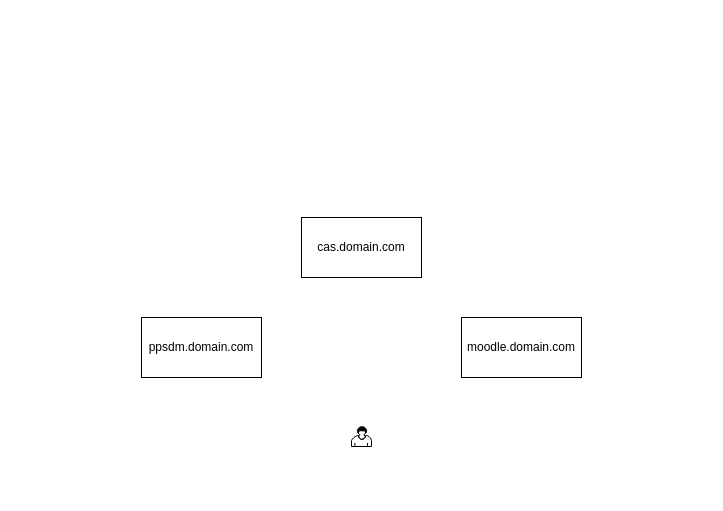
Before: Untitled Diagram.drawio in nmfzone/Learning, a draw.io diagram. Source tidied: cells renumbered, new cells numbered last; positions are measured from the earlier drawing's top-left corner, leaving out a move shared by most shapes. Both pictures are drawn from the tidied source at 100%, with x=0, y=0 at pixel (141, 217).
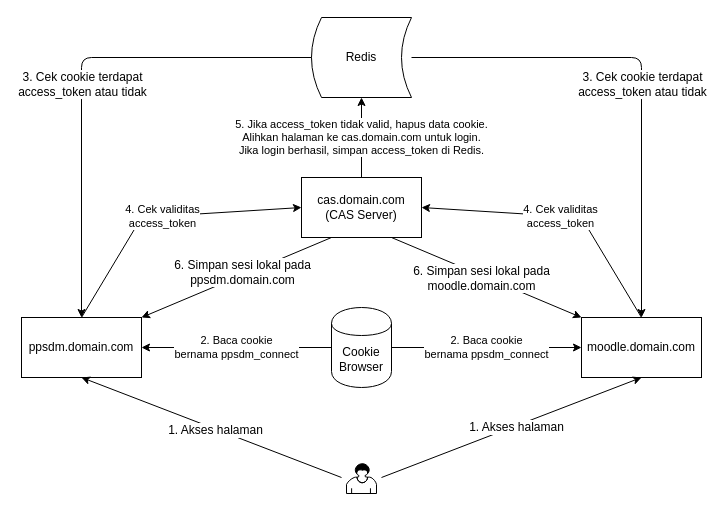
The same page after the edit.

What changed in the source:
```diff
@@
     <mxCell id="2" style="shape=mxgraph.bpmn.user_task;html=1;" parent="1" vertex="1">
-      <mxGeometry x="210" y="209" width="20" height="20" as="geometry" />
+      <mxGeometry x="205" y="246" width="30" height="30" as="geometry" />
     </mxCell>
     <mxCell id="3" value="ppsdm.domain.com" style="rounded=0;whiteSpace=wrap;html=1;" parent="1" vertex="1">
-      <mxGeometry y="100" width="120" height="60" as="geometry" />
+      <mxGeometry x="-120" y="100" width="120" height="60" as="geometry" />
     </mxCell>
     <mxCell id="4" value="moodle.domain.com" style="rounded=0;whiteSpace=wrap;html=1;" parent="1" vertex="1">
-      <mxGeometry x="320" y="100" width="120" height="60" as="geometry" />
+      <mxGeometry x="440" y="100" width="120" height="60" as="geometry" />
     </mxCell>
-    <mxCell id="5" value="cas.domain.com" style="rounded=0;whiteSpace=wrap;html=1;" parent="1" vertex="1">
-      <mxGeometry x="160" width="120" height="60" as="geometry" />
+    <mxCell id="5" value="cas.domain.com&lt;br&gt;(CAS Server)" style="rounded=0;whiteSpace=wrap;html=1;" parent="1" vertex="1">
+      <mxGeometry x="160" y="-40" width="120" height="60" as="geometry" />
     </mxCell>
+    <mxCell id="6" value="Cookie Browser" style="shape=cylinder;whiteSpace=wrap;html=1;boundedLbl=1;backgroundOutline=1;" parent="1" vertex="1">
+      <mxGeometry x="190" y="90" width="60" height="80" as="geometry" />
+    </mxCell>
+    <mxCell id="7" style="endArrow=classic;html=1;entryX=0.5;entryY=1;entryDx=0;entryDy=0;endFill=1;" parent="1" edge="1" target="3">
+      <mxGeometry relative="1" as="geometry">
+        <mxPoint x="200" y="260" as="sourcePoint" />
+      </mxGeometry>
+    </mxCell>
+    <mxCell id="8" value="1. Akses halaman" style="text;html=1;align=center;verticalAlign=middle;labelBackgroundColor=#ffffff;" parent="7" vertex="1">
+      <mxGeometry x="-0.03" y="1" relative="1" as="geometry" />
+    </mxCell>
+    <mxCell id="9" style="endArrow=none;html=1;exitX=0.5;exitY=1;exitDx=0;exitDy=0;verticalAlign=bottom;startArrow=classic;startFill=1;" parent="1" edge="1" source="4">
+      <mxGeometry relative="1" as="geometry">
+        <mxPoint x="240" y="260" as="targetPoint" />
+      </mxGeometry>
+    </mxCell>
+    <mxCell id="10" value="1. Akses halaman" style="text;html=1;align=center;verticalAlign=middle;labelBackgroundColor=#ffffff;" parent="9" vertex="1">
+      <mxGeometry x="-0.03" y="1" relative="1" as="geometry" />
+    </mxCell>
+    <mxCell id="11" value="Redis" style="shape=dataStorage;whiteSpace=wrap;html=1;" parent="1" vertex="1">
+      <mxGeometry x="170" y="-200" width="100" height="80" as="geometry" />
+    </mxCell>
+    <mxCell id="12" value="2. Baca cookie&lt;br&gt;bernama ppsdm_connect" style="endArrow=classic;html=1;exitX=0;exitY=0.5;exitDx=0;exitDy=0;entryX=1;entryY=0.5;entryDx=0;entryDy=0;labelPosition=center;verticalLabelPosition=middle;align=center;verticalAlign=middle;" parent="1" edge="1" source="6" target="3">
+      <mxGeometry relative="1" as="geometry" />
+    </mxCell>
+    <mxCell id="13" style="endArrow=classic;html=1;exitX=0;exitY=0.5;exitDx=0;exitDy=0;entryX=0.5;entryY=0;entryDx=0;entryDy=0;" parent="1" edge="1" source="11" target="3">
+      <mxGeometry relative="1" as="geometry">
+        <Array as="points">
+          <mxPoint x="-60" y="-160" />
+        </Array>
+      </mxGeometry>
+    </mxCell>
+    <mxCell id="14" value="3. Cek cookie terdapat&lt;br&gt;access_token atau tidak" style="text;html=1;align=center;verticalAlign=middle;labelBackgroundColor=#ffffff;" parent="13" vertex="1">
+      <mxGeometry x="-0.06" y="26" relative="1" as="geometry">
+        <mxPoint x="-26" y="26" as="offset" />
+      </mxGeometry>
+    </mxCell>
+    <mxCell id="15" style="endArrow=classic;html=1;entryX=0.5;entryY=0;entryDx=0;entryDy=0;" parent="1" edge="1" target="4">
+      <mxGeometry relative="1" as="geometry">
+        <mxPoint x="270" y="-160" as="sourcePoint" />
+        <Array as="points">
+          <mxPoint x="500" y="-160" />
+        </Array>
+      </mxGeometry>
+    </mxCell>
+    <mxCell id="16" value="3. Cek cookie terdapat&lt;br&gt;access_token atau tidak" style="text;html=1;align=center;verticalAlign=middle;labelBackgroundColor=#ffffff;" parent="15" vertex="1">
+      <mxGeometry x="-0.06" y="26" relative="1" as="geometry">
+        <mxPoint x="-26" y="26" as="offset" />
+      </mxGeometry>
+    </mxCell>
+    <mxCell id="17" value="2. Baca cookie&lt;br&gt;bernama ppsdm_connect" style="endArrow=classic;html=1;exitX=1;exitY=0.5;exitDx=0;exitDy=0;entryX=0;entryY=0.5;entryDx=0;entryDy=0;labelPosition=center;verticalLabelPosition=middle;align=center;verticalAlign=middle;" parent="1" edge="1" source="6" target="4">
+      <mxGeometry relative="1" as="geometry" />
+    </mxCell>
+    <mxCell id="18" value="4. Cek validitas&lt;br&gt;access_token" style="endArrow=classic;html=1;exitX=0.5;exitY=0;exitDx=0;exitDy=0;entryX=0;entryY=0.5;entryDx=0;entryDy=0;" parent="1" edge="1" source="3" target="5">
+      <mxGeometry relative="1" as="geometry">
+        <Array as="points">
+          <mxPoint />
+        </Array>
+      </mxGeometry>
+    </mxCell>
+    <mxCell id="19" value="5. Jika access_token tidak valid, hapus data cookie.&lt;br&gt;Alihkan halaman ke cas.domain.com untuk login.&lt;br&gt;Jika login berhasil, simpan access_token di Redis." style="endArrow=classic;html=1;exitX=0.5;exitY=0;exitDx=0;exitDy=0;entryX=0.5;entryY=1;entryDx=0;entryDy=0;" parent="1" edge="1" source="5" target="11">
+      <mxGeometry relative="1" as="geometry" />
+    </mxCell>
+    <mxCell id="20" value="4. Cek validitas&lt;br&gt;access_token" style="endArrow=classic;html=1;entryX=1;entryY=0.5;entryDx=0;entryDy=0;" parent="1" edge="1" target="5">
+      <mxGeometry relative="1" as="geometry">
+        <mxPoint x="500" y="100" as="sourcePoint" />
+        <Array as="points">
+          <mxPoint x="440" />
+        </Array>
+      </mxGeometry>
+    </mxCell>
+    <mxCell id="21" style="endArrow=classic;html=1;exitX=0.25;exitY=1;exitDx=0;exitDy=0;entryX=1;entryY=0;entryDx=0;entryDy=0;" parent="1" edge="1" source="5" target="3">
+      <mxGeometry relative="1" as="geometry" />
+    </mxCell>
+    <mxCell id="22" value="6. Simpan sesi lokal pada&lt;br&gt;ppsdm.domain.com" style="text;html=1;align=center;verticalAlign=middle;labelBackgroundColor=#ffffff;" parent="21" vertex="1">
+      <mxGeometry x="-0.06" y="-3" relative="1" as="geometry">
+        <mxPoint x="1" as="offset" />
+      </mxGeometry>
+    </mxCell>
+    <mxCell id="23" style="endArrow=classic;html=1;exitX=0.75;exitY=1;exitDx=0;exitDy=0;entryX=0;entryY=0;entryDx=0;entryDy=0;" parent="1" edge="1" source="5" target="4">
+      <mxGeometry relative="1" as="geometry" />
+    </mxCell>
+    <mxCell id="24" value="6. Simpan sesi lokal pada&lt;br&gt;moodle.domain.com" style="text;html=1;align=center;verticalAlign=middle;labelBackgroundColor=#ffffff;" parent="23" vertex="1">
+      <mxGeometry x="-0.06" y="-3" relative="1" as="geometry">
+        <mxPoint x="1" as="offset" />
+      </mxGeometry>
+    </mxCell>
```
